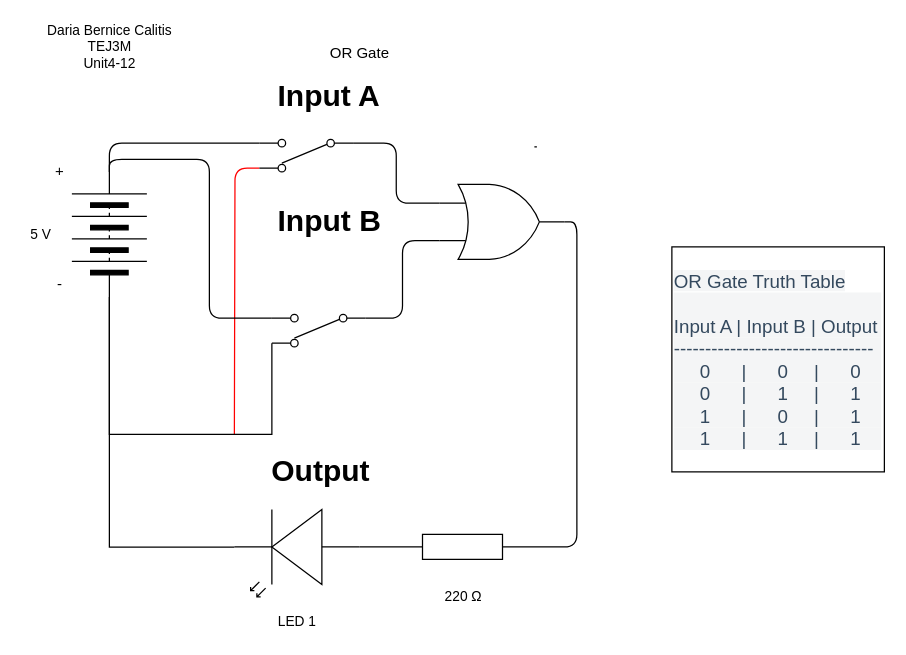
Above: Unit4-12/TEJ3M-Unit4-12.drawio in dbcalitis/TEJ3M-Unit-4 (draw.io), before the change. Source tidied: cells renumbered, new cells numbered last; positions are measured from the earlier drawing's top-left corner, leaving out a move shared by most shapes. Both pictures are drawn from the tidied source at 125%, with x=0, y=0 at pixel (21, 21).
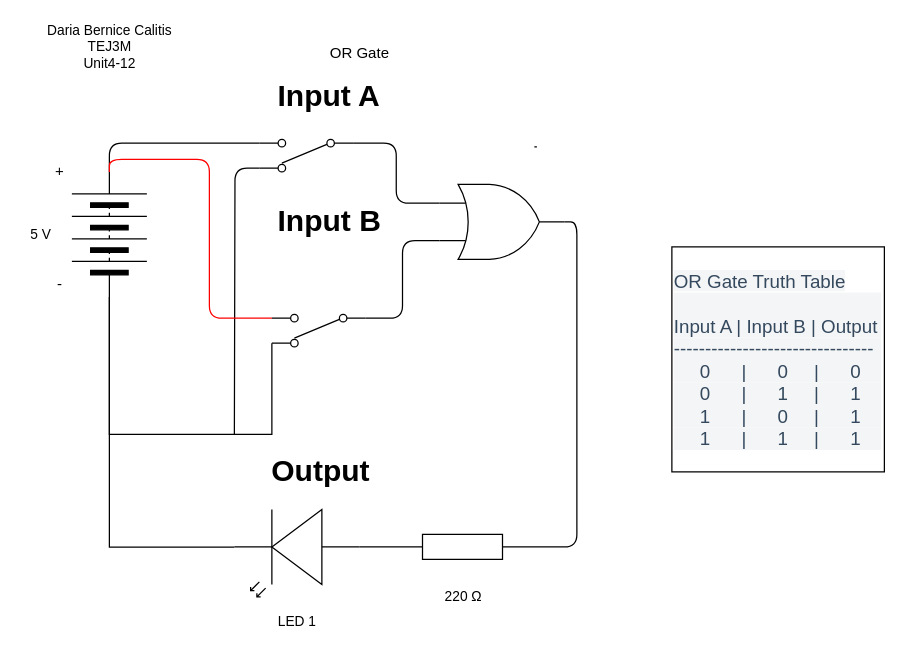
Above is the later version.

Unchanged cells that the change refers to:
```xml
<mxCell id="3" style="verticalLabelPosition=bottom;shadow=0;dashed=0;align=center;html=1;verticalAlign=top;shape=mxgraph.electrical.miscellaneous.batteryStack;rotation=-90;" parent="1" vertex="1">
  <mxGeometry x="20" y="140" width="100" height="60" as="geometry" />
</mxCell>
<mxCell id="17" style="verticalLabelPosition=bottom;shadow=0;dashed=0;align=center;html=1;verticalAlign=top;shape=mxgraph.electrical.electro-mechanical.2-way_switch;rotation=-180;" parent="1" vertex="1">
  <mxGeometry x="190" y="94" width="75" height="26" as="geometry" />
</mxCell>
<mxCell id="21" style="verticalLabelPosition=bottom;shadow=0;dashed=0;align=center;html=1;verticalAlign=top;shape=mxgraph.electrical.electro-mechanical.2-way_switch;rotation=-180;" parent="1" vertex="1">
  <mxGeometry x="200" y="234" width="75" height="26" as="geometry" />
</mxCell>
```

What changed in the source:
```diff
@@
-    <mxCell id="16" style="edgeStyle=orthogonalEdgeStyle;html=1;exitX=1;exitY=0.115;exitDx=0;exitDy=0;exitPerimeter=0;endArrow=none;endFill=0;fillColor=#FF0000;strokeColor=#FF0000;" parent="1" edge="1" source="17">
+    <mxCell id="16" style="edgeStyle=orthogonalEdgeStyle;html=1;exitX=1;exitY=0.115;exitDx=0;exitDy=0;exitPerimeter=0;endArrow=none;endFill=0;fillColor=#FF0000;strokeColor=#000000;" parent="1" edge="1" source="17">
       <mxGeometry relative="1" as="geometry">
         <mxPoint x="170" y="330" as="targetPoint" />
       </mxGeometry>
     </mxCell>
@@
-    <mxCell id="20" style="edgeStyle=orthogonalEdgeStyle;html=1;exitX=1;exitY=0.885;exitDx=0;exitDy=0;exitPerimeter=0;entryX=1;entryY=0.5;entryDx=0;entryDy=0;endArrow=none;endFill=0;" parent="1" edge="1" source="21" target="3">
+    <mxCell id="20" style="edgeStyle=orthogonalEdgeStyle;html=1;exitX=1;exitY=0.885;exitDx=0;exitDy=0;exitPerimeter=0;entryX=1;entryY=0.5;entryDx=0;entryDy=0;endArrow=none;endFill=0;strokeColor=#FF0000;" parent="1" edge="1" source="21" target="3">
       <mxGeometry relative="1" as="geometry" />
     </mxCell>
```
